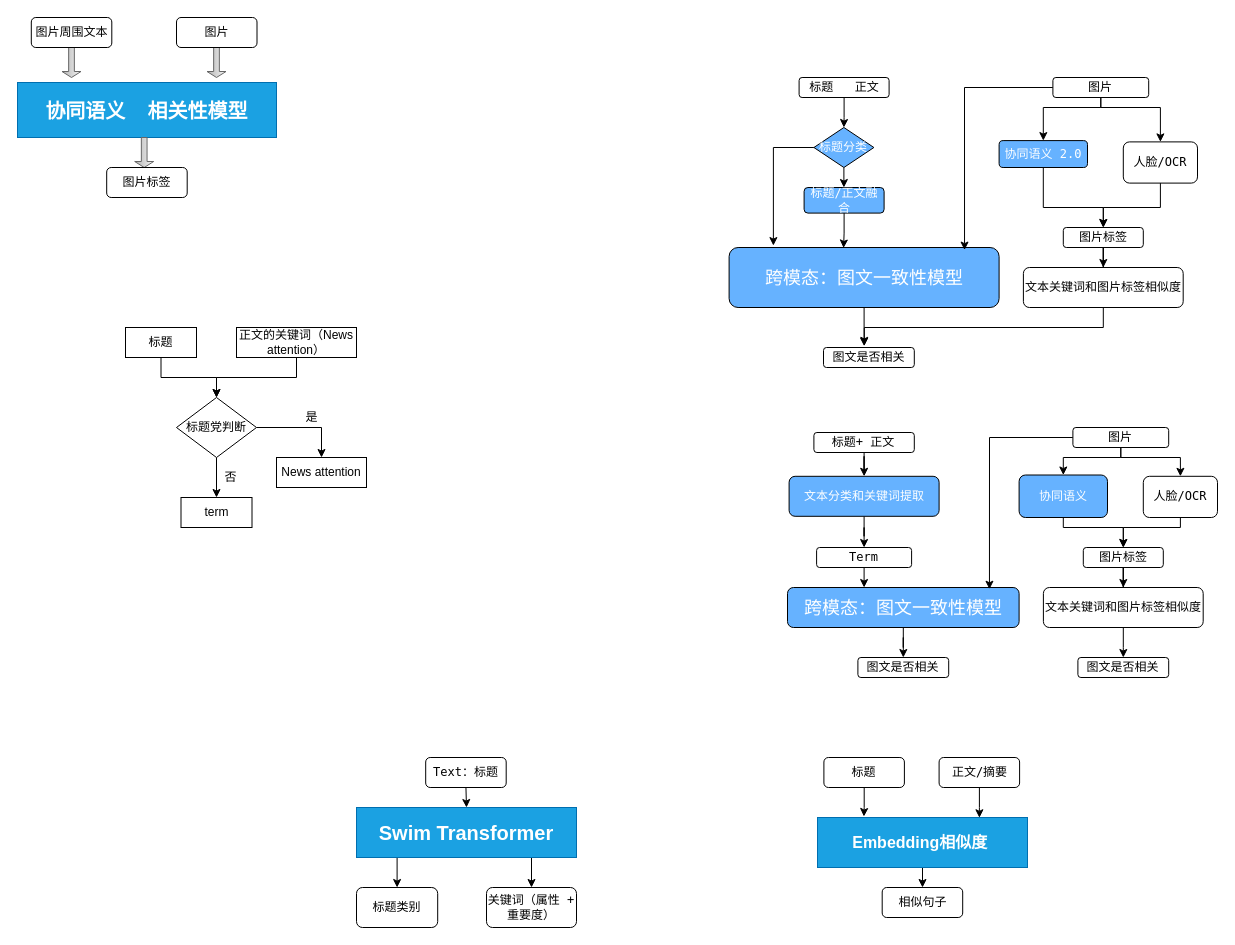
Before: 相关性2.0.drawio in 2018liuyan/one, a draw.io diagram. Source tidied: cells renumbered, new cells numbered last; positions are measured from the earlier drawing's top-left corner, leaving out a move shared by most shapes. Both pictures are drawn from the tidied source at 100%, with x=0, y=0 at pixel (17, 17).
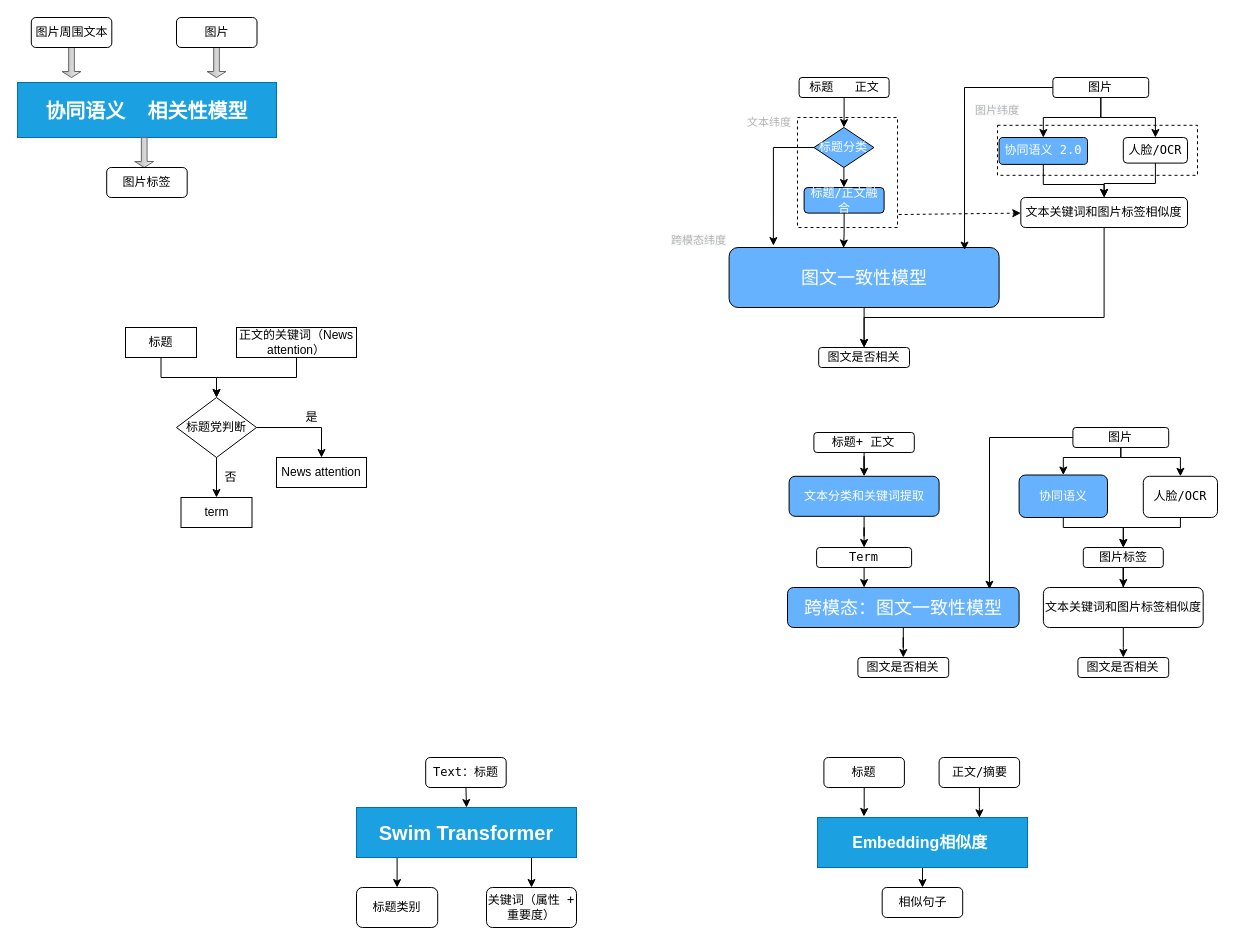
Above is the later version.

Unchanged cells that the change refers to:
```xml
<mxCell id="30" value="图片" style="rounded=1;whiteSpace=wrap;html=1;fontFamily=Lucida Console;" parent="1" vertex="1">
  <mxGeometry x="1035.4" y="60" width="95.8" height="20" as="geometry" />
</mxCell>
```

Diff of the diagram source:
```diff
@@
+    <mxCell id="78" style="rounded=0;whiteSpace=wrap;html=1;dashed=1;" parent="1" vertex="1">
+      <mxGeometry x="980" y="107.8" width="200" height="50" as="geometry" />
+    </mxCell>
+    <mxCell id="79" style="rounded=0;whiteSpace=wrap;html=1;dashed=1;" parent="1" vertex="1">
+      <mxGeometry x="780" y="100" width="100" height="110" as="geometry" />
+    </mxCell>
@@
-    <mxCell id="20" style="edgeStyle=orthogonalEdgeStyle;rounded=0;jettySize=auto;html=1;entryX=0.448;entryY=-0.063;entryDx=0;entryDy=0;entryPerimeter=0;fontSize=12;" parent="1" edge="1" source="21" target="24">
+    <mxCell id="20" style="edgeStyle=orthogonalEdgeStyle;rounded=0;jettySize=auto;html=1;entryX=0.5;entryY=0;entryDx=0;entryDy=0;fontSize=11;fontColor=#B3B3B3;" parent="1" edge="1" source="21" target="24">
       <mxGeometry relative="1" as="geometry" />
     </mxCell>
-    <mxCell id="21" value="&lt;font style=&quot;background-color: rgb(102 , 178 , 255) ; font-size: 18px&quot; color=&quot;#ffffff&quot;&gt;跨模态：图文一致性模型&lt;/font&gt;" style="rounded=1;whiteSpace=wrap;html=1;fontFamily=Lucida Console;fillColor=#66B2FF;" parent="1" vertex="1">
+    <mxCell id="21" value="&lt;font style=&quot;background-color: rgb(102 , 178 , 255) ; font-size: 18px&quot; color=&quot;#ffffff&quot;&gt;图文一致性模型&lt;/font&gt;" style="rounded=1;whiteSpace=wrap;html=1;fontFamily=Lucida Console;fillColor=#66B2FF;" parent="1" vertex="1">
       <mxGeometry x="711.6" y="230" width="270" height="60" as="geometry" />
     </mxCell>
@@
     <mxCell id="24" value="&lt;font style=&quot;font-size: 12px&quot;&gt;图文是否相关&lt;/font&gt;" style="rounded=1;whiteSpace=wrap;html=1;fontFamily=Lucida Console;" parent="1" vertex="1">
-      <mxGeometry x="806" y="330" width="90.8" height="20" as="geometry" />
+      <mxGeometry x="801.2" y="330" width="90.8" height="20" as="geometry" />
     </mxCell>
@@
     <mxCell id="28" style="edgeStyle=orthogonalEdgeStyle;rounded=0;jettySize=auto;html=1;entryX=0.5;entryY=0;entryDx=0;entryDy=0;fontSize=12;fontColor=#FFFFFF;" parent="1" edge="1" source="30" target="34">
       <mxGeometry relative="1" as="geometry">
         <Array as="points">
-          <mxPoint x="1083" y="90" />
-          <mxPoint x="1026" y="90" />
+          <mxPoint x="1083" y="100" />
+          <mxPoint x="1026" y="100" />
         </Array>
       </mxGeometry>
     </mxCell>
-    <mxCell id="29" style="edgeStyle=orthogonalEdgeStyle;rounded=0;jettySize=auto;html=1;entryX=0.5;entryY=0;entryDx=0;entryDy=0;fontSize=12;fontColor=#FFFFFF;" parent="1" edge="1" source="30" target="38">
-      <mxGeometry relative="1" as="geometry">
-        <Array as="points">
-          <mxPoint x="1083" y="90" />
-          <mxPoint x="1143" y="90" />
-        </Array>
-      </mxGeometry>
+    <mxCell id="29" style="edgeStyle=orthogonalEdgeStyle;rounded=0;jettySize=auto;html=1;entryX=0.5;entryY=0;entryDx=0;entryDy=0;fontSize=11;fontColor=#B3B3B3;" parent="1" edge="1" source="30" target="38">
+      <mxGeometry relative="1" as="geometry" />
     </mxCell>
@@
-    <mxCell id="31" style="edgeStyle=orthogonalEdgeStyle;rounded=0;jettySize=auto;html=1;entryX=0.5;entryY=0;entryDx=0;entryDy=0;fontSize=12;fontColor=#FFFFFF;" parent="1" edge="1" source="32" target="36">
-      <mxGeometry relative="1" as="geometry" />
-    </mxCell>
-    <mxCell id="32" value="图片标签" style="rounded=1;whiteSpace=wrap;html=1;fontFamily=Lucida Console;" parent="1" vertex="1">
-      <mxGeometry x="1045.8" y="210" width="80" height="20" as="geometry" />
-    </mxCell>
-    <mxCell id="33" style="edgeStyle=orthogonalEdgeStyle;rounded=0;jettySize=auto;html=1;entryX=0.5;entryY=0;entryDx=0;entryDy=0;fontSize=12;fontColor=#FFFFFF;" parent="1" edge="1" source="34" target="32">
-      <mxGeometry relative="1" as="geometry">
-        <Array as="points">
-          <mxPoint x="1026" y="190" />
-          <mxPoint x="1086" y="190" />
-        </Array>
-      </mxGeometry>
-    </mxCell>
+    <mxCell id="80" style="edgeStyle=orthogonalEdgeStyle;rounded=0;jettySize=auto;html=1;entryX=0.5;entryY=0;entryDx=0;entryDy=0;fontSize=11;fontColor=#B3B3B3;" parent="1" edge="1" source="34" target="36">
+      <mxGeometry relative="1" as="geometry">
+        <Array as="points">
+          <mxPoint x="1026" y="167" />
+          <mxPoint x="1087" y="167" />
+        </Array>
+      </mxGeometry>
+    </mxCell>
     <mxCell id="34" value="&lt;font color=&quot;#ffffff&quot; style=&quot;font-size: 12px&quot;&gt;协同语义 2.0&lt;/font&gt;" style="rounded=1;whiteSpace=wrap;html=1;fontFamily=Lucida Console;fillColor=#66B2FF;" parent="1" vertex="1">
-      <mxGeometry x="981.6" y="123.1" width="88.4" height="26.9" as="geometry" />
+      <mxGeometry x="981.6" y="120" width="88.4" height="26.9" as="geometry" />
     </mxCell>
-    <mxCell id="35" style="edgeStyle=orthogonalEdgeStyle;rounded=0;jettySize=auto;html=1;entryX=0.449;entryY=-0.108;entryDx=0;entryDy=0;entryPerimeter=0;" parent="1" edge="1" source="36" target="24">
+    <mxCell id="35" style="edgeStyle=orthogonalEdgeStyle;rounded=0;jettySize=auto;html=1;entryX=0.5;entryY=0;entryDx=0;entryDy=0;fontSize=11;fontColor=#B3B3B3;" parent="1" edge="1" source="36" target="24">
       <mxGeometry relative="1" as="geometry">
         <Array as="points">
-          <mxPoint x="1086" y="310" />
-          <mxPoint x="847" y="310" />
+          <mxPoint x="1087" y="300" />
+          <mxPoint x="847" y="300" />
         </Array>
       </mxGeometry>
     </mxCell>
     <mxCell id="36" value="文本关键词和图片标签相似度" style="rounded=1;whiteSpace=wrap;html=1;fontFamily=Lucida Console;" parent="1" vertex="1">
-      <mxGeometry x="1005.9" y="250" width="159.8" height="40" as="geometry" />
+      <mxGeometry x="1003.3" y="180" width="166.7" height="30" as="geometry" />
     </mxCell>
-    <mxCell id="37" style="edgeStyle=orthogonalEdgeStyle;rounded=0;jettySize=auto;html=1;entryX=0.5;entryY=0;entryDx=0;entryDy=0;fontSize=12;fontColor=#FFFFFF;" parent="1" edge="1" source="38" target="32">
-      <mxGeometry relative="1" as="geometry">
-        <Array as="points">
-          <mxPoint x="1143" y="190" />
-          <mxPoint x="1086" y="190" />
-        </Array>
-      </mxGeometry>
-    </mxCell>
+    <mxCell id="81" style="edgeStyle=orthogonalEdgeStyle;rounded=0;jettySize=auto;html=1;entryX=0.5;entryY=0;entryDx=0;entryDy=0;fontSize=11;fontColor=#B3B3B3;" parent="1" edge="1" source="38" target="36">
+      <mxGeometry relative="1" as="geometry">
+        <Array as="points">
+          <mxPoint x="1138" y="166" />
+          <mxPoint x="1087" y="166" />
+        </Array>
+      </mxGeometry>
+    </mxCell>
     <mxCell id="38" value="人脸/OCR" style="rounded=1;whiteSpace=wrap;html=1;fontFamily=Lucida Console;" parent="1" vertex="1">
-      <mxGeometry x="1105.8" y="124.4" width="74.2" height="41.2" as="geometry" />
+      <mxGeometry x="1105.8" y="120" width="64.2" height="25.6" as="geometry" />
     </mxCell>
@@
+    <mxCell id="82" value="&lt;font style=&quot;font-size: 11px&quot; color=&quot;#b3b3b3&quot;&gt;文本纬度&lt;/font&gt;" style="text;html=1;strokeColor=none;fillColor=none;align=center;verticalAlign=middle;whiteSpace=wrap;rounded=0;dashed=1;" parent="1" vertex="1">
+      <mxGeometry x="721.6" y="90" width="60" height="30" as="geometry" />
+    </mxCell>
+    <mxCell id="83" value="&lt;span style=&quot;color: rgb(179, 179, 179); font-family: helvetica; font-size: 11px; font-style: normal; font-weight: 400; letter-spacing: normal; text-align: center; text-indent: 0px; text-transform: none; word-spacing: 0px; background-color: rgb(248, 249, 250); display: inline; float: none;&quot;&gt;图片纬度&lt;/span&gt;" style="text;whiteSpace=wrap;html=1;fontSize=11;fontColor=#B3B3B3;" parent="1" vertex="1">
+      <mxGeometry x="955.9" y="80" width="70" height="30" as="geometry" />
+    </mxCell>
+    <mxCell id="84" value="&lt;span style=&quot;color: rgb(179 , 179 , 179) ; font-family: &amp;#34;helvetica&amp;#34; ; font-size: 11px ; font-style: normal ; font-weight: 400 ; letter-spacing: normal ; text-align: center ; text-indent: 0px ; text-transform: none ; word-spacing: 0px ; background-color: rgb(248 , 249 , 250) ; display: inline ; float: none&quot;&gt;跨模态纬度&lt;/span&gt;" style="text;whiteSpace=wrap;html=1;fontSize=11;fontColor=#B3B3B3;" parent="1" vertex="1">
+      <mxGeometry x="651.6" y="210" width="70" height="30" as="geometry" />
+    </mxCell>
+    <mxCell id="85" style="endArrow=classic;html=1;rounded=0;fontSize=11;fontColor=#B3B3B3;exitX=1.012;exitY=0.882;exitDx=0;exitDy=0;exitPerimeter=0;dashed=1;" parent="1" edge="1" source="79">
+      <mxGeometry relative="1" as="geometry">
+        <mxPoint x="1003.3" y="195.6" as="targetPoint" />
+      </mxGeometry>
+    </mxCell>
```
